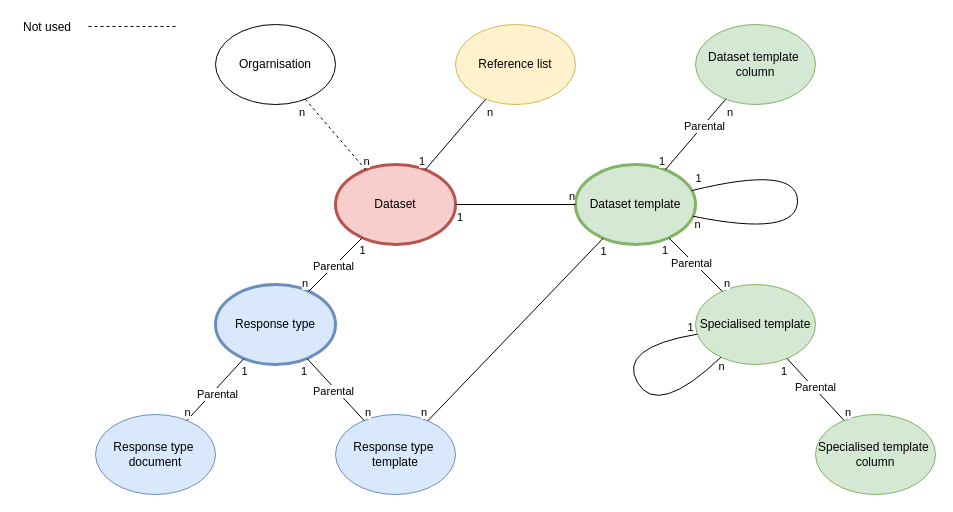
Earlier version of the draw.io diagram page "Dataset" (4 of 11) of Data portal.drawio (danieldotskc/helloworld). Source tidied: cells renumbered, new cells numbered last; positions are measured from the earlier drawing's top-left corner, leaving out a move shared by most shapes. Both pictures are drawn from the tidied source at 100%, with x=0, y=0 at pixel (17, 17).
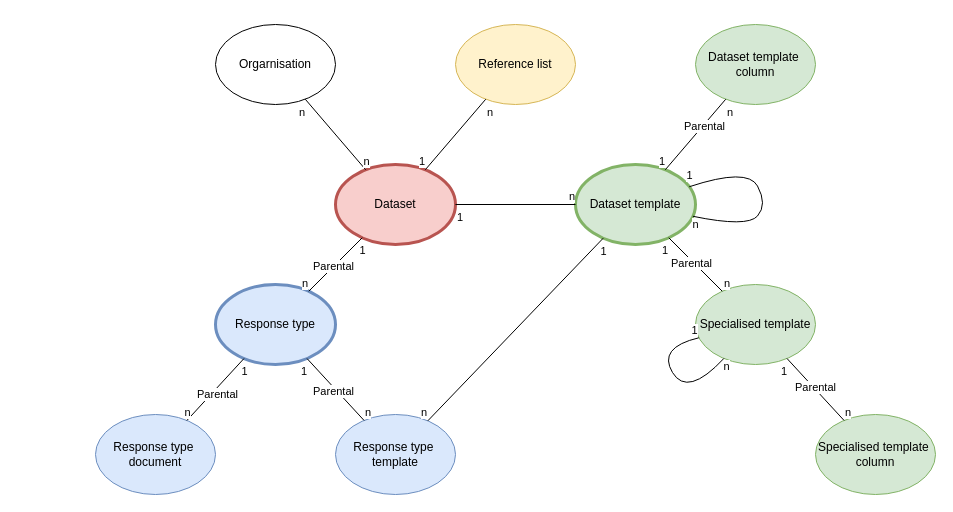
The same page after the edit.

The change refers to these unchanged cells:
```xml
<mxCell id="2" value="Dataset" style="ellipse;whiteSpace=wrap;html=1;fillColor=#f8cecc;strokeColor=#b85450;strokeWidth=3;" parent="1" vertex="1">
  <mxGeometry x="318" y="147" width="120" height="80" as="geometry" />
</mxCell>
<mxCell id="4" value="Dataset template" style="ellipse;whiteSpace=wrap;html=1;fillColor=#d5e8d4;strokeColor=#82b366;strokeWidth=3;" parent="1" vertex="1">
  <mxGeometry x="558" y="147" width="120" height="80" as="geometry" />
</mxCell>
<mxCell id="6" value="Specialised template" style="ellipse;whiteSpace=wrap;html=1;fillColor=#d5e8d4;strokeColor=#82b366;" parent="1" vertex="1">
  <mxGeometry x="678" y="267" width="120" height="80" as="geometry" />
</mxCell>
<mxCell id="8" value="Orgarnisation" style="ellipse;whiteSpace=wrap;html=1;" parent="1" vertex="1">
  <mxGeometry x="198" y="7" width="120" height="80" as="geometry" />
</mxCell>
```

Diff of the diagram source:
```diff
@@
-    <mxCell id="12" style="endArrow=none;html=1;rounded=0;endFill=0;dashed=1;" parent="1" edge="1" source="2" target="8">
+    <mxCell id="12" style="endArrow=none;html=1;rounded=0;endFill=0;" parent="1" edge="1" source="2" target="8">
       <mxGeometry relative="1" as="geometry" />
     </mxCell>
@@
-    <mxCell id="48" style="endArrow=none;html=1;rounded=0;endFill=0;dashed=1;" parent="1" edge="1">
-      <mxGeometry relative="1" as="geometry">
-        <mxPoint x="158" y="9" as="sourcePoint" />
-        <mxPoint x="68" y="9" as="targetPoint" />
-      </mxGeometry>
-    </mxCell>
-    <mxCell id="49" value="Not used" style="text;html=1;align=center;verticalAlign=middle;whiteSpace=wrap;rounded=0;" parent="1" vertex="1">
-      <mxGeometry width="60" height="20" as="geometry" />
-    </mxCell>
     <mxCell id="50" style="curved=1;endArrow=none;html=1;rounded=0;endFill=0;" parent="1" edge="1" source="4" target="4">
       <mxGeometry relative="1" as="geometry">
         <Array as="points">
-          <mxPoint x="780" y="220" />
-          <mxPoint x="780" y="147" />
+          <mxPoint x="730" y="210" />
+          <mxPoint x="750" y="187" />
+          <mxPoint x="730" y="150" />
         </Array>
       </mxGeometry>
     </mxCell>
@@
     <mxCell id="53" style="curved=1;endArrow=none;html=1;rounded=0;endFill=0;" parent="1" edge="1" source="6" target="6">
       <mxGeometry relative="1" as="geometry">
         <Array as="points">
-          <mxPoint x="600" y="330" />
-          <mxPoint x="640" y="400" />
+          <mxPoint x="640" y="330" />
+          <mxPoint x="670" y="380" />
         </Array>
       </mxGeometry>
     </mxCell>
```
